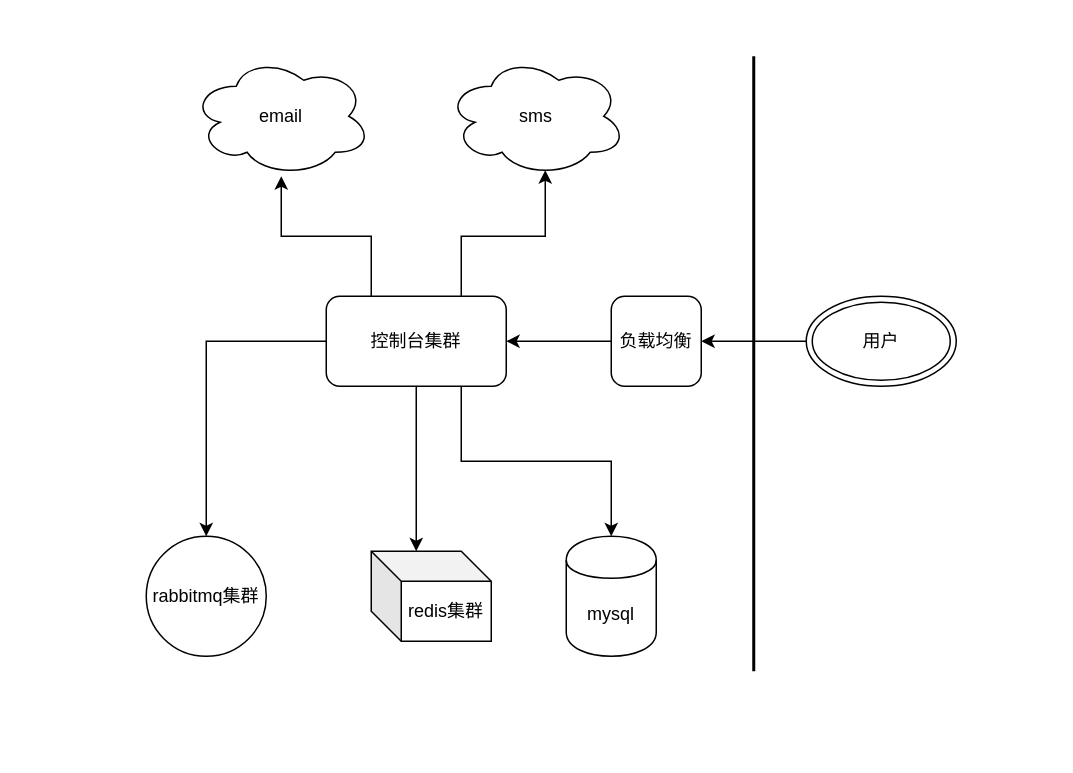
Earlier version of the draw.io diagram rpa console架构图.drawio (sunhj000/draw). Source tidied: cells renumbered, new cells numbered last; positions are measured from the earlier drawing's top-left corner, leaving out a move shared by most shapes. Both pictures are drawn from the tidied source at 150%, with x=0, y=0 at pixel (146, 56).
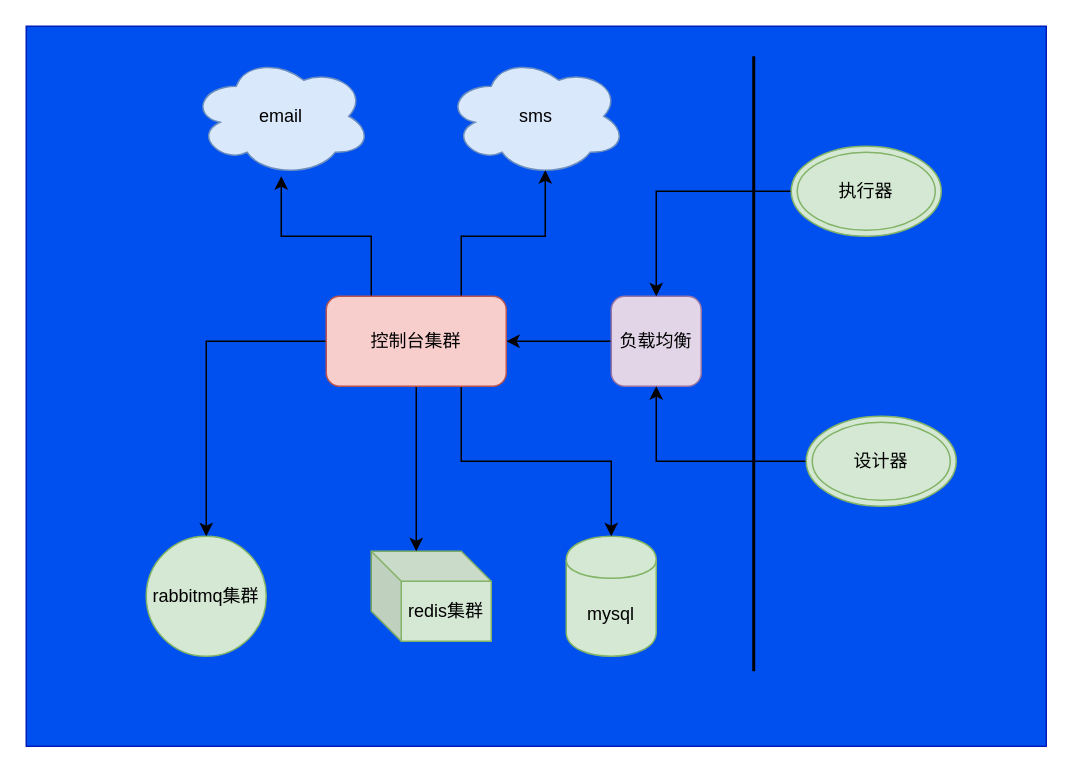
The same diagram, later.

Diff of the diagram source:
```diff
@@
+    <mxCell id="18" style="rounded=0;whiteSpace=wrap;html=1;fillColor=#0050ef;strokeColor=#001DBC;fontColor=#ffffff;" parent="1" vertex="1">
+      <mxGeometry x="-80" y="-20" width="680" height="480" as="geometry" />
+    </mxCell>
@@
-    <mxCell id="3" value="负载均衡" style="rounded=1;whiteSpace=wrap;html=1;" parent="1" vertex="1">
+    <mxCell id="3" value="负载均衡" style="rounded=1;whiteSpace=wrap;html=1;fillColor=#e1d5e7;strokeColor=#9673a6;" parent="1" vertex="1">
       <mxGeometry x="310" y="160" width="60" height="60" as="geometry" />
     </mxCell>
@@
-    <mxCell id="6" value="用户" style="ellipse;shape=doubleEllipse;whiteSpace=wrap;html=1;" parent="1" vertex="1">
-      <mxGeometry x="440" y="160" width="100" height="60" as="geometry" />
+    <mxCell id="6" value="执行器" style="ellipse;shape=doubleEllipse;whiteSpace=wrap;html=1;fillColor=#d5e8d4;strokeColor=#82b366;" parent="1" vertex="1">
+      <mxGeometry x="430" y="60" width="100" height="60" as="geometry" />
     </mxCell>
-    <mxCell id="7" value="mysql" style="shape=cylinder;whiteSpace=wrap;html=1;boundedLbl=1;backgroundOutline=1;" parent="1" vertex="1">
+    <mxCell id="7" value="mysql" style="shape=cylinder;whiteSpace=wrap;html=1;boundedLbl=1;backgroundOutline=1;fillColor=#d5e8d4;strokeColor=#82b366;" parent="1" vertex="1">
       <mxGeometry x="280" y="320" width="60" height="80" as="geometry" />
     </mxCell>
-    <mxCell id="8" value="rabbitmq集群" style="ellipse;whiteSpace=wrap;html=1;" parent="1" vertex="1">
+    <mxCell id="8" value="rabbitmq集群" style="ellipse;whiteSpace=wrap;html=1;fillColor=#d5e8d4;strokeColor=#82b366;" parent="1" vertex="1">
       <mxGeometry y="320" width="80" height="80" as="geometry" />
     </mxCell>
-    <mxCell id="9" value="sms" style="ellipse;shape=cloud;whiteSpace=wrap;html=1;" parent="1" vertex="1">
+    <mxCell id="9" value="sms" style="ellipse;shape=cloud;whiteSpace=wrap;html=1;fillColor=#dae8fc;strokeColor=#6c8ebf;" parent="1" vertex="1">
       <mxGeometry x="200" width="120" height="80" as="geometry" />
     </mxCell>
-    <mxCell id="10" value="email" style="ellipse;shape=cloud;whiteSpace=wrap;html=1;" parent="1" vertex="1">
+    <mxCell id="10" value="email" style="ellipse;shape=cloud;whiteSpace=wrap;html=1;fillColor=#dae8fc;strokeColor=#6c8ebf;" parent="1" vertex="1">
       <mxGeometry x="30" width="120" height="80" as="geometry" />
     </mxCell>
-    <mxCell id="11" value="redis集群" style="shape=cube;whiteSpace=wrap;html=1;boundedLbl=1;backgroundOutline=1;darkOpacity=0.05;darkOpacity2=0.1;" parent="1" vertex="1">
+    <mxCell id="11" value="redis集群" style="shape=cube;whiteSpace=wrap;html=1;boundedLbl=1;backgroundOutline=1;darkOpacity=0.05;darkOpacity2=0.1;fillColor=#d5e8d4;strokeColor=#82b366;" parent="1" vertex="1">
       <mxGeometry x="150" y="330" width="80" height="60" as="geometry" />
     </mxCell>
@@
-    <mxCell id="17" value="控制台集群" style="rounded=1;whiteSpace=wrap;html=1;" parent="1" vertex="1">
+    <mxCell id="17" value="控制台集群" style="rounded=1;whiteSpace=wrap;html=1;fillColor=#f8cecc;strokeColor=#b85450;" parent="1" vertex="1">
       <mxGeometry x="120" y="160" width="120" height="60" as="geometry" />
     </mxCell>
+    <mxCell id="19" style="edgeStyle=orthogonalEdgeStyle;rounded=0;jettySize=auto;html=1;entryX=0.5;entryY=1;entryDx=0;entryDy=0;" parent="1" edge="1" source="20" target="3">
+      <mxGeometry relative="1" as="geometry" />
+    </mxCell>
+    <mxCell id="20" value="设计器" style="ellipse;shape=doubleEllipse;whiteSpace=wrap;html=1;fillColor=#d5e8d4;strokeColor=#82b366;" parent="1" vertex="1">
+      <mxGeometry x="440" y="240" width="100" height="60" as="geometry" />
+    </mxCell>
```
